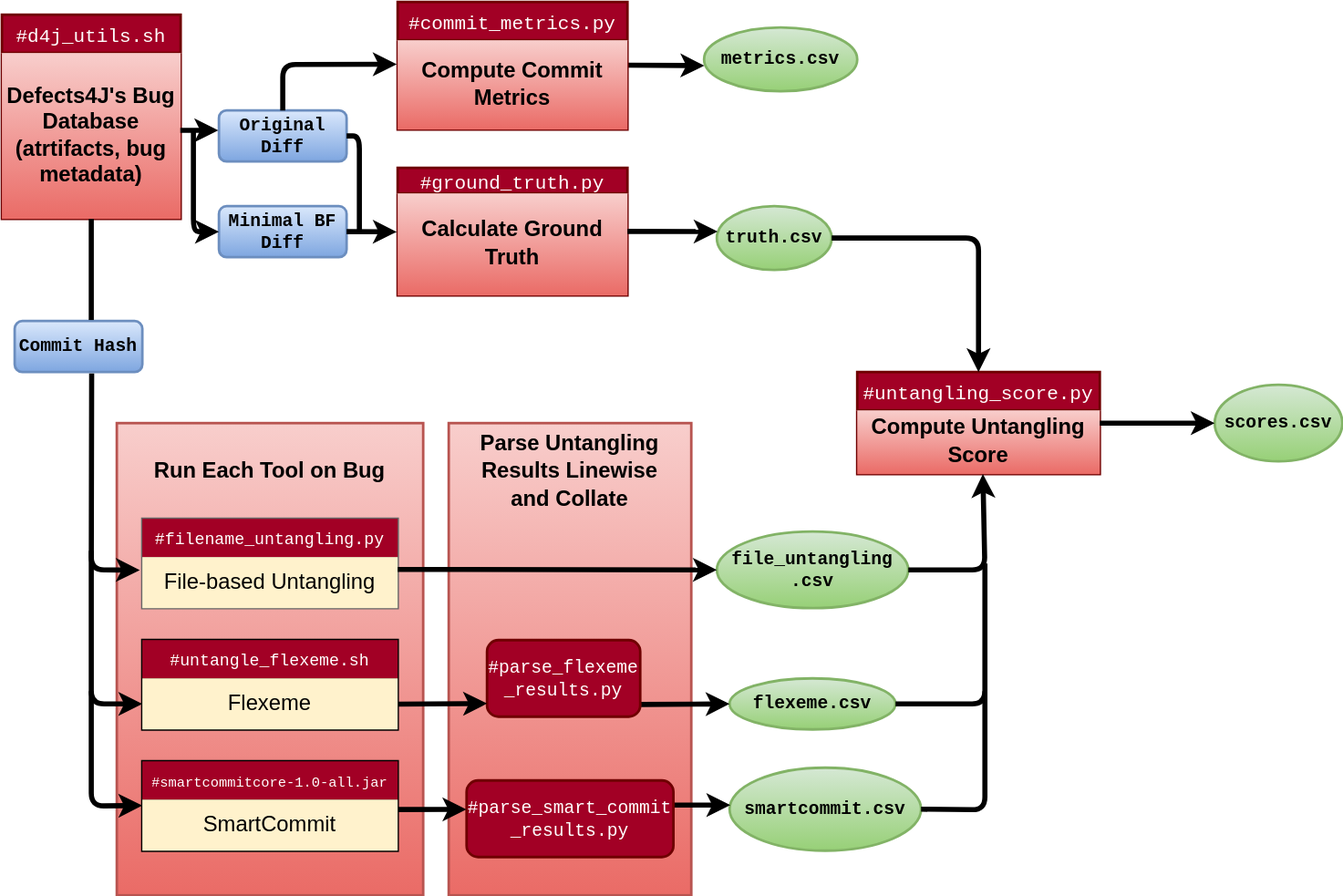
This is pipeline.drawio.svg from Thomsch/untangling-tools-benchmark, a draw.io export, as it was before one commit. Source tidied: cells renumbered, new cells last; positions are measured from the earlier drawing's top-left corner, leaving out a move shared by most shapes.
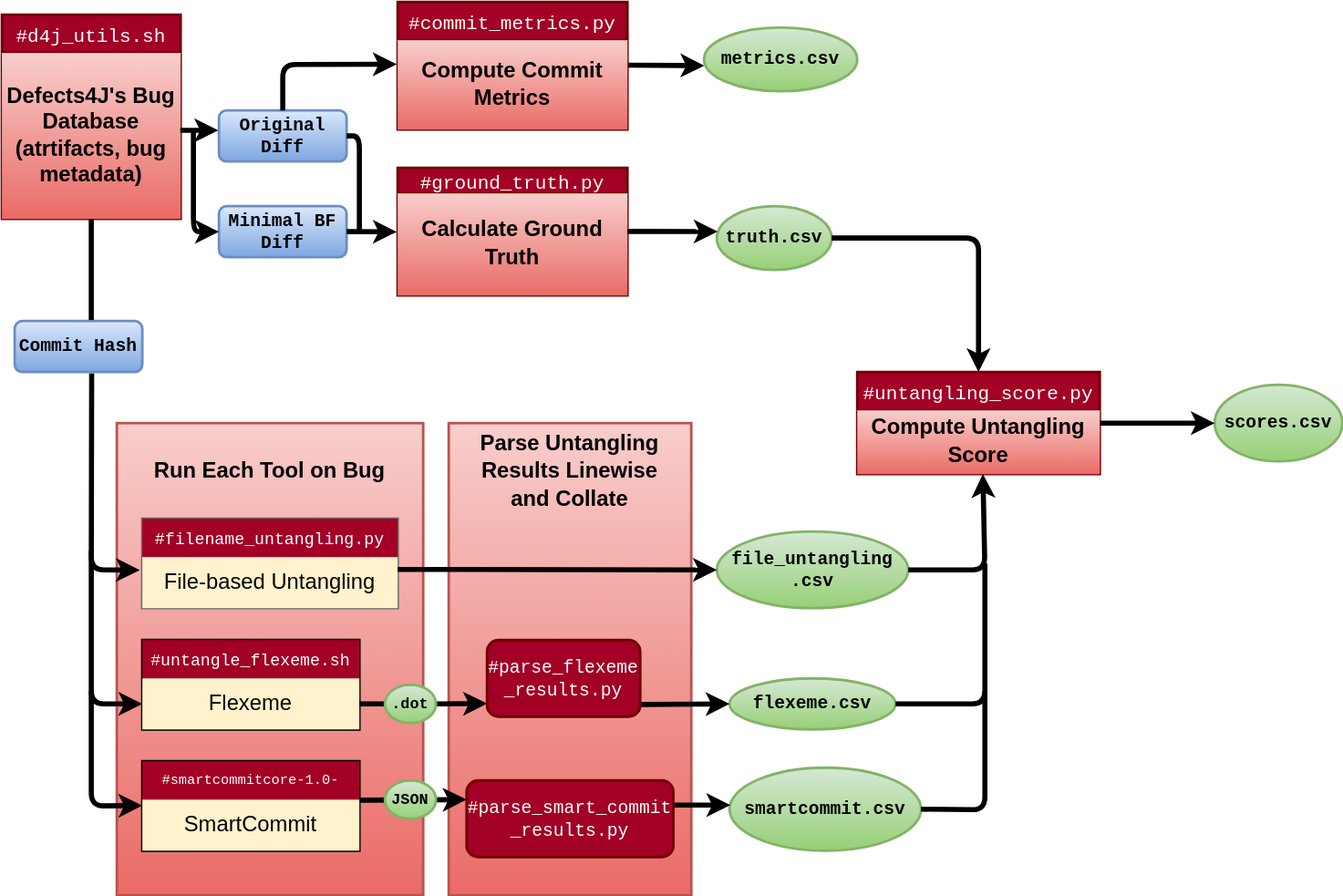
After the change.

Commit message:
Add intermmediate file formats

Diff of the diagram source:
```diff
@@ -51,34 +51,34 @@
       <mxGeometry width="200" height="40" as="geometry" />
     </mxCell>
     <mxCell id="18" style="shape=table;startSize=0;strokeWidth=2;fontFamily=Helvetica;fontSize=17;" parent="1" vertex="1">
-      <mxGeometry x="110" y="500" width="200" height="70" as="geometry" />
+      <mxGeometry x="110" y="500" width="170" height="70" as="geometry" />
     </mxCell>
     <mxCell id="19" style="shape=tableRow;horizontal=0;startSize=0;swimlaneHead=0;swimlaneBody=0;top=0;left=0;bottom=0;right=0;fillColor=none;strokeWidth=2;fontFamily=Helvetica;fontSize=17;" parent="18" vertex="1">
-      <mxGeometry width="200" height="30" as="geometry" />
+      <mxGeometry width="170" height="30" as="geometry" />
     </mxCell>
     <mxCell id="20" value="&lt;font face=&quot;Courier New&quot;&gt;&lt;span style=&quot;font-size: 13px;&quot;&gt;#untangle_flexeme.sh&lt;/span&gt;&lt;/font&gt;" style="shape=partialRectangle;html=1;whiteSpace=wrap;overflow=hidden;fillColor=#a20025;top=0;left=0;bottom=0;right=0;strokeWidth=2;fontFamily=Helvetica;fontSize=17;fontColor=#ffffff;strokeColor=#6F0000;" parent="19" vertex="1">
-      <mxGeometry width="200" height="30" as="geometry" />
+      <mxGeometry width="170" height="30" as="geometry" />
     </mxCell>
     <mxCell id="21" style="shape=tableRow;horizontal=0;startSize=0;swimlaneHead=0;swimlaneBody=0;top=0;left=0;bottom=0;right=0;fillColor=none;points=[[0,0.5],[1,0.5]];portConstraint=eastwest;strokeWidth=2;fontFamily=Helvetica;fontSize=17;" parent="18" vertex="1">
-      <mxGeometry y="30" width="200" height="40" as="geometry" />
+      <mxGeometry y="30" width="170" height="40" as="geometry" />
     </mxCell>
     <mxCell id="22" value="&lt;font color=&quot;#000000&quot;&gt;Flexeme&lt;/font&gt;" style="shape=partialRectangle;html=1;whiteSpace=wrap;overflow=hidden;fillColor=#fff2cc;top=0;left=0;bottom=0;right=0;strokeWidth=2;fontFamily=Helvetica;fontSize=17;strokeColor=#d6b656;" parent="21" vertex="1">
-      <mxGeometry width="200" height="40" as="geometry" />
+      <mxGeometry width="170" height="40" as="geometry" />
     </mxCell>
     <mxCell id="23" style="shape=table;startSize=0;strokeWidth=2;fontFamily=Helvetica;fontSize=17;" parent="1" vertex="1">
-      <mxGeometry x="110" y="595" width="200" height="70" as="geometry" />
+      <mxGeometry x="110" y="595" width="170" height="70" as="geometry" />
     </mxCell>
     <mxCell id="24" style="shape=tableRow;horizontal=0;startSize=0;swimlaneHead=0;swimlaneBody=0;top=0;left=0;bottom=0;right=0;fillColor=none;strokeWidth=2;fontFamily=Helvetica;fontSize=17;" parent="23" vertex="1">
-      <mxGeometry width="200" height="30" as="geometry" />
+      <mxGeometry width="170" height="30" as="geometry" />
     </mxCell>
     <mxCell id="25" value="&lt;font style=&quot;font-size: 11px;&quot; face=&quot;Courier New&quot;&gt;#smartcommitcore-1.0-all.jar&lt;/font&gt;" style="shape=partialRectangle;html=1;whiteSpace=wrap;overflow=hidden;fillColor=#a20025;top=0;left=0;bottom=0;right=0;strokeWidth=2;fontFamily=Helvetica;fontSize=17;fontColor=#ffffff;strokeColor=#6F0000;" parent="24" vertex="1">
-      <mxGeometry width="200" height="30" as="geometry" />
+      <mxGeometry width="170" height="30" as="geometry" />
     </mxCell>
     <mxCell id="26" style="shape=tableRow;horizontal=0;startSize=0;swimlaneHead=0;swimlaneBody=0;top=0;left=0;bottom=0;right=0;fillColor=none;strokeWidth=2;fontFamily=Helvetica;fontSize=17;" parent="23" vertex="1">
-      <mxGeometry y="30" width="200" height="40" as="geometry" />
+      <mxGeometry y="30" width="170" height="40" as="geometry" />
     </mxCell>
     <mxCell id="27" value="&lt;font color=&quot;#000000&quot;&gt;SmartCommit&lt;/font&gt;" style="shape=partialRectangle;html=1;whiteSpace=wrap;overflow=hidden;fillColor=#fff2cc;top=0;left=0;bottom=0;right=0;strokeWidth=2;fontFamily=Helvetica;fontSize=17;strokeColor=#d6b656;" parent="26" vertex="1">
-      <mxGeometry width="200" height="40" as="geometry" />
+      <mxGeometry width="170" height="40" as="geometry" />
     </mxCell>
     <mxCell id="28" value="&lt;font color=&quot;#000000&quot; style=&quot;font-size: 14px;&quot;&gt;&lt;b&gt;metrics.csv&lt;/b&gt;&lt;/font&gt;" style="ellipse;whiteSpace=wrap;html=1;strokeWidth=2;fontFamily=Courier New;fontSize=11;fillColor=#d5e8d4;strokeColor=#82b366;gradientColor=#97d077;" parent="1" vertex="1">
       <mxGeometry x="550" y="20" width="120" height="50" as="geometry" />
@@ -184,17 +184,11 @@
         </Array>
       </mxGeometry>
     </mxCell>
-    <mxCell id="52" style="endArrow=classic;html=1;strokeColor=#000000;strokeWidth=4;fontFamily=Courier New;fontSize=14;fontColor=#000000;exitX=1.005;exitY=0.841;exitDx=0;exitDy=0;exitPerimeter=0;" parent="1" edge="1">
+    <mxCell id="52" style="endArrow=classic;html=1;strokeColor=#000000;strokeWidth=4;fontFamily=Courier New;fontSize=14;fontColor=#000000;exitX=1;exitY=0.5;exitDx=0;exitDy=0;startArrow=none;" parent="1" edge="1" source="66">
       <mxGeometry relative="1" as="geometry">
-        <mxPoint x="310.6" y="550.2" as="sourcePoint" />
         <mxPoint x="380" y="549.7" as="targetPoint" />
       </mxGeometry>
     </mxCell>
-    <mxCell id="53" style="endArrow=classic;html=1;strokeColor=#000000;strokeWidth=4;fontFamily=Courier New;fontSize=14;fontColor=#000000;exitX=1.005;exitY=0.841;exitDx=0;exitDy=0;exitPerimeter=0;entryX=-0.001;entryY=0.377;entryDx=0;entryDy=0;entryPerimeter=0;" parent="1" edge="1" target="48">
-      <mxGeometry relative="1" as="geometry">
-        <mxPoint x="310.6" y="632.7" as="sourcePoint" />
-      </mxGeometry>
-    </mxCell>
     <mxCell id="54" style="endArrow=classic;html=1;strokeColor=#000000;strokeWidth=4;fontFamily=Courier New;fontSize=14;fontColor=#000000;exitX=0.5;exitY=0;exitDx=0;exitDy=0;entryX=-0.004;entryY=0.268;entryDx=0;entryDy=0;entryPerimeter=0;" parent="1" edge="1" source="38" target="10">
       <mxGeometry relative="1" as="geometry">
         <Array as="points">
@@ -251,5 +245,19 @@
         <mxPoint x="860" y="330" as="sourcePoint" />
       </mxGeometry>
     </mxCell>
+    <mxCell id="63" style="endArrow=classic;html=1;strokeColor=#000000;strokeWidth=4;fontFamily=Courier New;fontSize=14;fontColor=#000000;exitX=1.005;exitY=0.841;exitDx=0;exitDy=0;exitPerimeter=0;entryX=0;entryY=0.25;entryDx=0;entryDy=0;" parent="1" edge="1" target="48">
+      <mxGeometry relative="1" as="geometry">
+        <mxPoint x="280.6" y="625.5" as="sourcePoint" />
+      </mxGeometry>
+    </mxCell>
+    <mxCell id="64" value="&lt;font face=&quot;Courier New&quot; color=&quot;#000000&quot;&gt;&lt;b&gt;JSON&lt;/b&gt;&lt;/font&gt;" style="ellipse;whiteSpace=wrap;html=1;fillColor=#d5e8d4;gradientColor=#97d077;strokeColor=#82b366;strokeWidth=2;" parent="1" vertex="1">
+      <mxGeometry x="300" y="610" width="40" height="30" as="geometry" />
+    </mxCell>
+    <mxCell id="65" style="endArrow=none;html=1;strokeColor=#000000;strokeWidth=4;fontFamily=Courier New;fontSize=14;fontColor=#000000;exitX=1;exitY=0.5;exitDx=0;exitDy=0;" parent="1" edge="1" source="21" target="66">
+      <mxGeometry relative="1" as="geometry" />
+    </mxCell>
+    <mxCell id="66" value="&lt;font face=&quot;Courier New&quot; color=&quot;#000000&quot;&gt;&lt;b&gt;.dot&lt;br&gt;&lt;/b&gt;&lt;/font&gt;" style="ellipse;whiteSpace=wrap;html=1;fillColor=#d5e8d4;gradientColor=#97d077;strokeColor=#82b366;strokeWidth=2;" parent="1" vertex="1">
+      <mxGeometry x="300" y="535" width="40" height="30" as="geometry" />
+    </mxCell>
   </root>
 </mxGraphModel>
```
